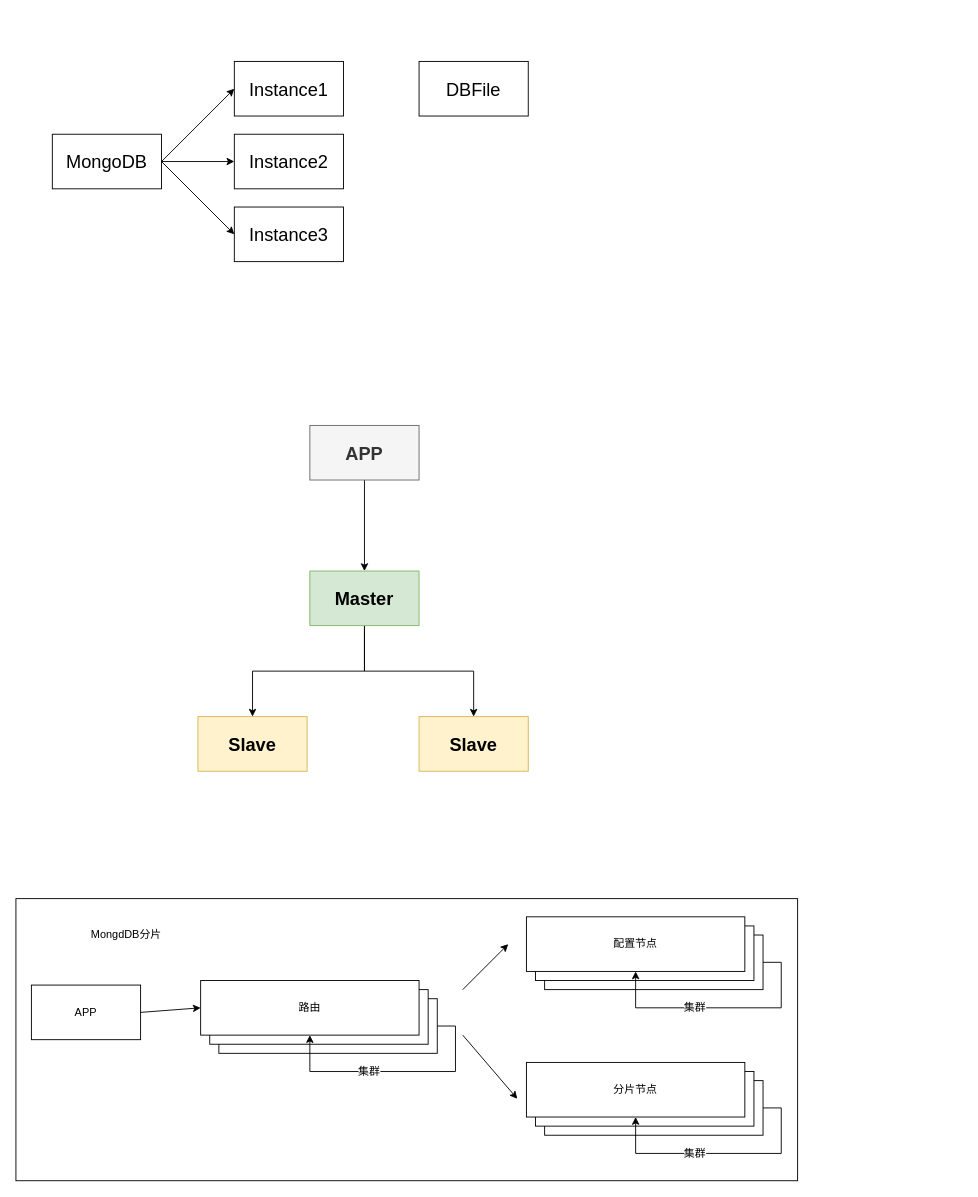
This is databases/mongodb/drawio/mongodb.drawio from QQ1350995917/gitbook, a draw.io file, before an edit. Source tidied: cells renumbered, new cells numbered last; positions are measured from the earlier drawing's top-left corner, leaving out a move shared by most shapes. Both pictures are drawn from the tidied source at 91%, with x=0, y=0 at pixel (15, 61).
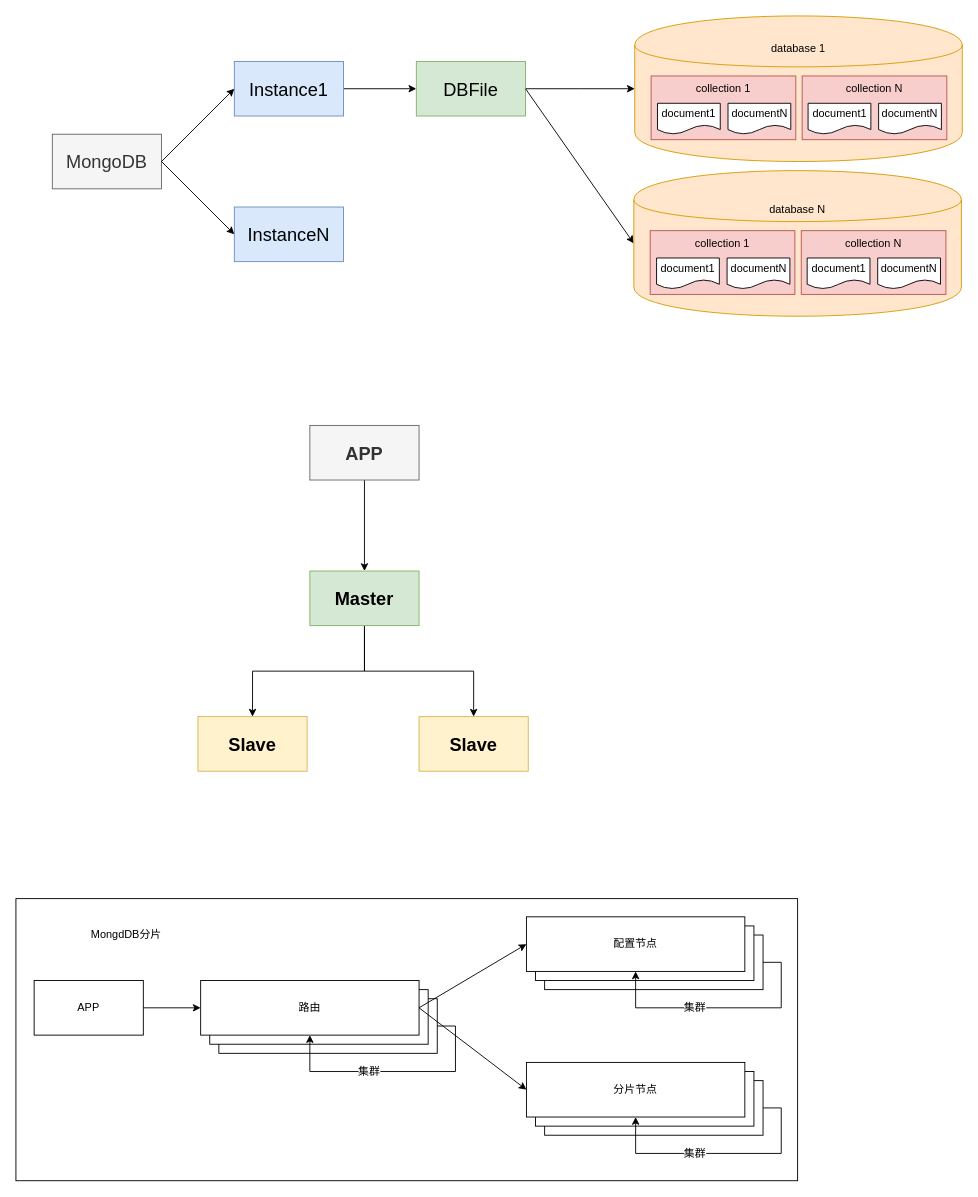
The same page after the edit.

Unchanged cells that the change refers to:
```xml
<mxCell id="8" value="路由" style="rounded=0;whiteSpace=wrap;html=1;" parent="5" vertex="1">
  <mxGeometry width="240" height="60" as="geometry" />
</mxCell>
<mxCell id="14" value="配置节点" style="rounded=0;whiteSpace=wrap;html=1;" parent="11" vertex="1">
  <mxGeometry width="240" height="60" as="geometry" />
</mxCell>
<mxCell id="20" value="分片节点" style="rounded=0;whiteSpace=wrap;html=1;" parent="17" vertex="1">
  <mxGeometry width="240" height="60" as="geometry" />
</mxCell>
```

Diff of the diagram source:
```diff
@@
-    <mxCell id="2" style="group;" parent="1" vertex="1">
-      <mxGeometry y="920" width="859" height="310" as="geometry" />
-    </mxCell>
+    <mxCell id="42" value="database 1&lt;br&gt;&lt;br&gt;&lt;br&gt;&lt;br&gt;&lt;br&gt;&lt;br&gt;&lt;br&gt;&lt;br&gt;&lt;br&gt;&lt;br&gt;" style="shape=cylinder;whiteSpace=wrap;html=1;boundedLbl=1;backgroundOutline=1;align=center;verticalAlign=middle;labelPosition=center;verticalLabelPosition=middle;fillColor=#ffe6cc;strokeColor=#d79b00;" parent="1" vertex="1">
+      <mxGeometry x="680" y="-50" width="360" height="160" as="geometry" />
+    </mxCell>
+    <mxCell id="27" style="edgeStyle=orthogonalEdgeStyle;rounded=0;jettySize=auto;html=1;exitX=0.5;exitY=1;exitDx=0;exitDy=0;" parent="1" edge="1" source="28" target="31">
+      <mxGeometry relative="1" as="geometry" />
+    </mxCell>
+    <mxCell id="28" value="APP" style="rounded=0;whiteSpace=wrap;html=1;fillColor=#f5f5f5;strokeColor=#666666;fontColor=#333333;fontSize=20;fontStyle=1;" parent="1" vertex="1">
+      <mxGeometry x="323" y="400" width="120" height="60" as="geometry" />
+    </mxCell>
+    <mxCell id="29" style="edgeStyle=orthogonalEdgeStyle;rounded=0;jettySize=auto;html=1;exitX=0.5;exitY=1;exitDx=0;exitDy=0;entryX=0.5;entryY=0;entryDx=0;entryDy=0;" parent="1" edge="1" source="31" target="32">
+      <mxGeometry relative="1" as="geometry" />
+    </mxCell>
+    <mxCell id="30" style="edgeStyle=orthogonalEdgeStyle;rounded=0;jettySize=auto;html=1;exitX=0.5;exitY=1;exitDx=0;exitDy=0;" parent="1" edge="1" source="31" target="33">
+      <mxGeometry relative="1" as="geometry" />
+    </mxCell>
+    <mxCell id="31" value="Master" style="rounded=0;whiteSpace=wrap;html=1;fillColor=#d5e8d4;strokeColor=#82b366;fontSize=20;fontStyle=1;" parent="1" vertex="1">
+      <mxGeometry x="323" y="560" width="120" height="60" as="geometry" />
+    </mxCell>
+    <mxCell id="32" value="Slave" style="rounded=0;whiteSpace=wrap;html=1;fillColor=#fff2cc;strokeColor=#d6b656;fontSize=20;fontStyle=1;" parent="1" vertex="1">
+      <mxGeometry x="200" y="720" width="120" height="60" as="geometry" />
+    </mxCell>
+    <mxCell id="33" value="Slave" style="rounded=0;whiteSpace=wrap;html=1;fillColor=#fff2cc;strokeColor=#d6b656;fontSize=20;fontStyle=1;" parent="1" vertex="1">
+      <mxGeometry x="443" y="720" width="120" height="60" as="geometry" />
+    </mxCell>
+    <mxCell id="35" value="MongoDB" style="rounded=0;whiteSpace=wrap;html=1;fontSize=20;fillColor=#f5f5f5;strokeColor=#666666;fontColor=#333333;" parent="1" vertex="1">
+      <mxGeometry x="40" y="80" width="120" height="60" as="geometry" />
+    </mxCell>
+    <mxCell id="43" style="edgeStyle=orthogonalEdgeStyle;rounded=0;jettySize=auto;html=1;" parent="1" edge="1" source="36" target="39">
+      <mxGeometry relative="1" as="geometry" />
+    </mxCell>
+    <mxCell id="36" value="Instance1" style="rounded=0;whiteSpace=wrap;html=1;fontSize=20;fillColor=#dae8fc;strokeColor=#6c8ebf;" parent="1" vertex="1">
+      <mxGeometry x="240" width="120" height="60" as="geometry" />
+    </mxCell>
+    <mxCell id="38" value="InstanceN" style="rounded=0;whiteSpace=wrap;html=1;fontSize=20;fillColor=#dae8fc;strokeColor=#6c8ebf;" parent="1" vertex="1">
+      <mxGeometry x="240" y="160" width="120" height="60" as="geometry" />
+    </mxCell>
+    <mxCell id="44" style="edgeStyle=orthogonalEdgeStyle;rounded=0;jettySize=auto;html=1;entryX=0;entryY=0.5;entryDx=0;entryDy=0;" parent="1" edge="1" source="39">
+      <mxGeometry relative="1" as="geometry">
+        <mxPoint x="680" y="30" as="targetPoint" />
+      </mxGeometry>
+    </mxCell>
+    <mxCell id="39" value="DBFile" style="rounded=0;whiteSpace=wrap;html=1;fontSize=20;fillColor=#d5e8d4;strokeColor=#82b366;" parent="1" vertex="1">
+      <mxGeometry x="440" width="120" height="60" as="geometry" />
+    </mxCell>
+    <mxCell id="40" style="endArrow=classic;html=1;fontSize=20;entryX=0;entryY=0.5;entryDx=0;entryDy=0;exitX=1;exitY=0.5;exitDx=0;exitDy=0;" parent="1" edge="1" source="35" target="36">
+      <mxGeometry relative="1" as="geometry" />
+    </mxCell>
+    <mxCell id="41" style="endArrow=classic;html=1;fontSize=20;entryX=0;entryY=0.5;entryDx=0;entryDy=0;exitX=1;exitY=0.5;exitDx=0;exitDy=0;" parent="1" edge="1" source="35" target="38">
+      <mxGeometry relative="1" as="geometry" />
+    </mxCell>
+    <mxCell id="45" style="endArrow=classic;html=1;exitX=1;exitY=0.5;exitDx=0;exitDy=0;entryX=0;entryY=0.5;entryDx=0;entryDy=0;" parent="1" edge="1" source="39">
+      <mxGeometry relative="1" as="geometry">
+        <mxPoint x="679" y="200" as="targetPoint" />
+      </mxGeometry>
+    </mxCell>
+    <mxCell id="46" value="collection 1&lt;br&gt;&lt;br&gt;&lt;br&gt;&lt;br&gt;" style="rounded=0;whiteSpace=wrap;html=1;align=center;fillColor=#f8cecc;strokeColor=#b85450;" parent="1" vertex="1">
+      <mxGeometry x="698" y="16" width="159" height="70" as="geometry" />
+    </mxCell>
+    <mxCell id="47" value="&lt;span style=&quot;white-space: normal&quot;&gt;collection N&lt;br&gt;&lt;br&gt;&lt;br&gt;&lt;br&gt;&lt;/span&gt;" style="rounded=0;whiteSpace=wrap;html=1;align=center;fillColor=#f8cecc;strokeColor=#b85450;" parent="1" vertex="1">
+      <mxGeometry x="864" y="16" width="159" height="70" as="geometry" />
+    </mxCell>
+    <mxCell id="48" value="document1" style="shape=document;whiteSpace=wrap;html=1;boundedLbl=1;align=center;" parent="1" vertex="1">
+      <mxGeometry x="705" y="46" width="69" height="34" as="geometry" />
+    </mxCell>
+    <mxCell id="49" value="documentN" style="shape=document;whiteSpace=wrap;html=1;boundedLbl=1;align=center;" parent="1" vertex="1">
+      <mxGeometry x="782.5" y="46" width="69" height="34" as="geometry" />
+    </mxCell>
+    <mxCell id="50" value="document1" style="shape=document;whiteSpace=wrap;html=1;boundedLbl=1;align=center;" parent="1" vertex="1">
+      <mxGeometry x="870.5" y="46" width="69" height="34" as="geometry" />
+    </mxCell>
+    <mxCell id="51" value="documentN" style="shape=document;whiteSpace=wrap;html=1;boundedLbl=1;align=center;" parent="1" vertex="1">
+      <mxGeometry x="948" y="46" width="69" height="34" as="geometry" />
+    </mxCell>
+    <mxCell id="52" value="database N&lt;br&gt;&lt;br&gt;&lt;br&gt;&lt;br&gt;&lt;br&gt;&lt;br&gt;&lt;br&gt;&lt;br&gt;&lt;br&gt;" style="shape=cylinder;whiteSpace=wrap;html=1;boundedLbl=1;backgroundOutline=1;align=center;verticalAlign=middle;labelPosition=center;verticalLabelPosition=middle;fillColor=#ffe6cc;strokeColor=#d79b00;" parent="1" vertex="1">
+      <mxGeometry x="679" y="120" width="360" height="160" as="geometry" />
+    </mxCell>
+    <mxCell id="53" value="collection 1&lt;br&gt;&lt;br&gt;&lt;br&gt;&lt;br&gt;" style="rounded=0;whiteSpace=wrap;html=1;align=center;fillColor=#f8cecc;strokeColor=#b85450;" parent="1" vertex="1">
+      <mxGeometry x="697" y="186" width="159" height="70" as="geometry" />
+    </mxCell>
+    <mxCell id="54" value="&lt;span style=&quot;white-space: normal&quot;&gt;collection N&lt;br&gt;&lt;br&gt;&lt;br&gt;&lt;br&gt;&lt;/span&gt;" style="rounded=0;whiteSpace=wrap;html=1;align=center;fillColor=#f8cecc;strokeColor=#b85450;" parent="1" vertex="1">
+      <mxGeometry x="863" y="186" width="159" height="70" as="geometry" />
+    </mxCell>
+    <mxCell id="55" value="document1" style="shape=document;whiteSpace=wrap;html=1;boundedLbl=1;align=center;" parent="1" vertex="1">
+      <mxGeometry x="704" y="216" width="69" height="34" as="geometry" />
+    </mxCell>
+    <mxCell id="56" value="documentN" style="shape=document;whiteSpace=wrap;html=1;boundedLbl=1;align=center;" parent="1" vertex="1">
+      <mxGeometry x="781.5" y="216" width="69" height="34" as="geometry" />
+    </mxCell>
+    <mxCell id="57" value="document1" style="shape=document;whiteSpace=wrap;html=1;boundedLbl=1;align=center;" parent="1" vertex="1">
+      <mxGeometry x="869.5" y="216" width="69" height="34" as="geometry" />
+    </mxCell>
+    <mxCell id="58" value="documentN" style="shape=document;whiteSpace=wrap;html=1;boundedLbl=1;align=center;" parent="1" vertex="1">
+      <mxGeometry x="947" y="216" width="69" height="34" as="geometry" />
+    </mxCell>
-    <mxCell id="3" style="rounded=0;whiteSpace=wrap;html=1;align=center;" parent="2" vertex="1">
-      <mxGeometry width="859" height="310" as="geometry" />
+    <mxCell id="3" style="rounded=0;whiteSpace=wrap;html=1;align=center;" parent="1" vertex="1">
+      <mxGeometry y="920" width="859" height="310" as="geometry" />
     </mxCell>
-    <mxCell id="4" value="APP" style="rounded=0;whiteSpace=wrap;html=1;align=center;" parent="2" vertex="1">
-      <mxGeometry x="17" y="95" width="120" height="60" as="geometry" />
+    <mxCell id="4" value="APP" style="rounded=0;whiteSpace=wrap;html=1;align=center;" parent="1" vertex="1">
+      <mxGeometry x="20" y="1010" width="120" height="60" as="geometry" />
     </mxCell>
-    <mxCell id="5" style="group;" parent="2" vertex="1">
-      <mxGeometry x="203" y="90" width="260" height="80" as="geometry" />
+    <mxCell id="5" style="group;" parent="1" vertex="1">
+      <mxGeometry x="203" y="1010" width="260" height="80" as="geometry" />
     </mxCell>
@@
-    <mxCell id="11" style="group;" parent="2" vertex="1">
-      <mxGeometry x="561" y="20" width="260" height="80" as="geometry" />
+    <mxCell id="11" style="group;" parent="1" vertex="1">
+      <mxGeometry x="561" y="940" width="260" height="80" as="geometry" />
     </mxCell>
@@
-    <mxCell id="17" style="group;" parent="2" vertex="1">
-      <mxGeometry x="561" y="180" width="260" height="80" as="geometry" />
+    <mxCell id="17" style="group;" parent="1" vertex="1">
+      <mxGeometry x="561" y="1100" width="260" height="80" as="geometry" />
     </mxCell>
@@
-    <mxCell id="23" style="endArrow=classic;html=1;" parent="2" edge="1">
-      <mxGeometry relative="1" as="geometry">
-        <mxPoint x="491" y="100" as="sourcePoint" />
-        <mxPoint x="541" y="50" as="targetPoint" />
-      </mxGeometry>
+    <mxCell id="23" style="endArrow=classic;html=1;exitX=1;exitY=0.5;exitDx=0;exitDy=0;entryX=0;entryY=0.5;entryDx=0;entryDy=0;" parent="1" edge="1" source="8" target="14">
+      <mxGeometry relative="1" as="geometry" />
     </mxCell>
-    <mxCell id="24" style="endArrow=classic;html=1;" parent="2" edge="1">
-      <mxGeometry relative="1" as="geometry">
-        <mxPoint x="491" y="150" as="sourcePoint" />
-        <mxPoint x="551" y="220" as="targetPoint" />
-      </mxGeometry>
+    <mxCell id="24" style="endArrow=classic;html=1;exitX=1;exitY=0.5;exitDx=0;exitDy=0;entryX=0;entryY=0.5;entryDx=0;entryDy=0;" parent="1" edge="1" source="8" target="20">
+      <mxGeometry relative="1" as="geometry" />
     </mxCell>
-    <mxCell id="25" style="endArrow=classic;html=1;exitX=1;exitY=0.5;exitDx=0;exitDy=0;entryX=0;entryY=0.5;entryDx=0;entryDy=0;" parent="2" edge="1" source="4" target="8">
+    <mxCell id="25" style="endArrow=classic;html=1;exitX=1;exitY=0.5;exitDx=0;exitDy=0;entryX=0;entryY=0.5;entryDx=0;entryDy=0;" parent="1" edge="1" source="4" target="8">
       <mxGeometry relative="1" as="geometry" />
     </mxCell>
-    <mxCell id="26" value="MongdDB分片&lt;br&gt;" style="text;html=1;strokeColor=none;fillColor=none;align=center;verticalAlign=middle;whiteSpace=wrap;rounded=0;" parent="2" vertex="1">
-      <mxGeometry x="52" y="30" width="139" height="20" as="geometry" />
+    <mxCell id="26" value="MongdDB分片&lt;br&gt;" style="text;html=1;strokeColor=none;fillColor=none;align=center;verticalAlign=middle;whiteSpace=wrap;rounded=0;" parent="1" vertex="1">
+      <mxGeometry x="52" y="950" width="139" height="20" as="geometry" />
     </mxCell>
-    <mxCell id="27" style="edgeStyle=orthogonalEdgeStyle;rounded=0;jettySize=auto;html=1;exitX=0.5;exitY=1;exitDx=0;exitDy=0;" parent="1" edge="1" source="28" target="31">
-      <mxGeometry relative="1" as="geometry" />
-    </mxCell>
-    <mxCell id="28" value="APP" style="rounded=0;whiteSpace=wrap;html=1;fillColor=#f5f5f5;strokeColor=#666666;fontColor=#333333;fontSize=20;fontStyle=1;" parent="1" vertex="1">
-      <mxGeometry x="323" y="400" width="120" height="60" as="geometry" />
-    </mxCell>
-    <mxCell id="29" style="edgeStyle=orthogonalEdgeStyle;rounded=0;jettySize=auto;html=1;exitX=0.5;exitY=1;exitDx=0;exitDy=0;entryX=0.5;entryY=0;entryDx=0;entryDy=0;" parent="1" edge="1" source="31" target="32">
-      <mxGeometry relative="1" as="geometry" />
-    </mxCell>
-    <mxCell id="30" style="edgeStyle=orthogonalEdgeStyle;rounded=0;jettySize=auto;html=1;exitX=0.5;exitY=1;exitDx=0;exitDy=0;" parent="1" edge="1" source="31" target="33">
-      <mxGeometry relative="1" as="geometry" />
-    </mxCell>
-    <mxCell id="31" value="Master" style="rounded=0;whiteSpace=wrap;html=1;fillColor=#d5e8d4;strokeColor=#82b366;fontSize=20;fontStyle=1;" parent="1" vertex="1">
-      <mxGeometry x="323" y="560" width="120" height="60" as="geometry" />
-    </mxCell>
-    <mxCell id="32" value="Slave" style="rounded=0;whiteSpace=wrap;html=1;fillColor=#fff2cc;strokeColor=#d6b656;fontSize=20;fontStyle=1;" parent="1" vertex="1">
-      <mxGeometry x="200" y="720" width="120" height="60" as="geometry" />
-    </mxCell>
-    <mxCell id="33" value="Slave" style="rounded=0;whiteSpace=wrap;html=1;fillColor=#fff2cc;strokeColor=#d6b656;fontSize=20;fontStyle=1;" parent="1" vertex="1">
-      <mxGeometry x="443" y="720" width="120" height="60" as="geometry" />
-    </mxCell>
-    <mxCell id="34" style="edgeStyle=orthogonalEdgeStyle;rounded=0;jettySize=auto;html=1;fontSize=20;" parent="1" edge="1" source="35" target="37">
-      <mxGeometry relative="1" as="geometry" />
-    </mxCell>
-    <mxCell id="35" value="MongoDB" style="rounded=0;whiteSpace=wrap;html=1;fontSize=20;" parent="1" vertex="1">
-      <mxGeometry x="40" y="80" width="120" height="60" as="geometry" />
-    </mxCell>
-    <mxCell id="36" value="Instance1" style="rounded=0;whiteSpace=wrap;html=1;fontSize=20;" parent="1" vertex="1">
-      <mxGeometry x="240" width="120" height="60" as="geometry" />
-    </mxCell>
-    <mxCell id="37" value="Instance2" style="rounded=0;whiteSpace=wrap;html=1;fontSize=20;" parent="1" vertex="1">
-      <mxGeometry x="240" y="80" width="120" height="60" as="geometry" />
-    </mxCell>
-    <mxCell id="38" value="Instance3" style="rounded=0;whiteSpace=wrap;html=1;fontSize=20;" parent="1" vertex="1">
-      <mxGeometry x="240" y="160" width="120" height="60" as="geometry" />
-    </mxCell>
-    <mxCell id="39" value="DBFile" style="rounded=0;whiteSpace=wrap;html=1;fontSize=20;" parent="1" vertex="1">
-      <mxGeometry x="443" width="120" height="60" as="geometry" />
-    </mxCell>
-    <mxCell id="40" style="endArrow=classic;html=1;fontSize=20;entryX=0;entryY=0.5;entryDx=0;entryDy=0;exitX=1;exitY=0.5;exitDx=0;exitDy=0;" parent="1" edge="1" source="35" target="36">
-      <mxGeometry relative="1" as="geometry" />
-    </mxCell>
-    <mxCell id="41" style="endArrow=classic;html=1;fontSize=20;entryX=0;entryY=0.5;entryDx=0;entryDy=0;exitX=1;exitY=0.5;exitDx=0;exitDy=0;" parent="1" edge="1" source="35" target="38">
-      <mxGeometry relative="1" as="geometry" />
-    </mxCell>
```
